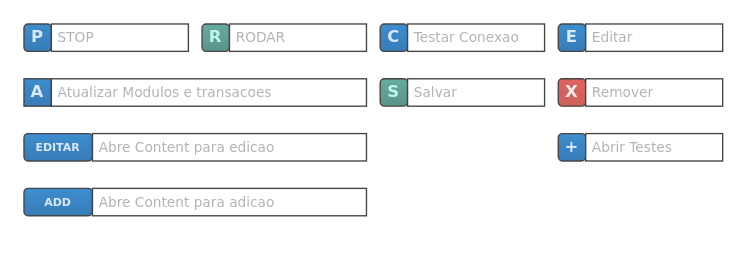
Before: page "COMMANDS" (5 of 8) of SimplesInterface21 (2).drawio in fagnercanto/FTCapp, a draw.io diagram. Source tidied: cells renumbered, new cells numbered last; positions are measured from the earlier drawing's top-left corner, leaving out a move shared by most shapes. Both pictures are drawn from the tidied source at 137%, with x=0, y=0 at pixel (23, 23).
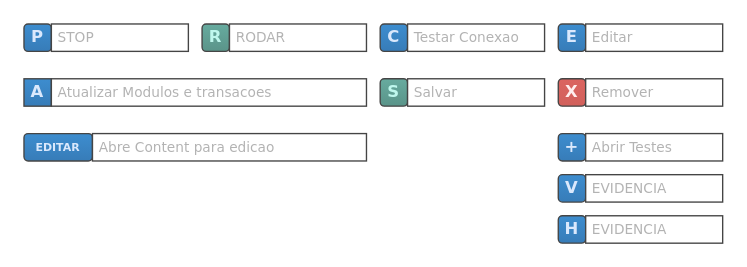
After the change.

Diff of the diagram source:
```diff
@@
-    <mxCell id="19" value="&lt;div style=&quot;text-align: center ; font-size: 8px&quot;&gt;ADD&lt;/div&gt;" style="rounded=1;whiteSpace=wrap;html=1;shadow=0;dashed=0;strokeColor=#454545;strokeWidth=1;fillColor=#3D8DCF;gradientColor=#377CB8;fontFamily=Verdana;fontSize=8;fontColor=#DAE8FC;align=center;flipH=1;flipV=1;fontStyle=1;spacingRight=0;glass=0;labelBackgroundColor=none;gradientDirection=north;" parent="1" vertex="1">
-      <mxGeometry y="120" width="50" height="20" as="geometry" />
-    </mxCell>
@@
-    <mxCell id="21" value="Abre Content para adicao" style="rounded=0;whiteSpace=wrap;html=1;shadow=0;strokeColor=#454545;strokeWidth=1;fillColor=#ffffff;fontFamily=Verdana;fontSize=10;align=left;flipH=1;flipV=1;fontStyle=0;glass=0;labelBackgroundColor=none;spacing=0;verticalAlign=middle;labelBorderColor=none;spacingBottom=0;spacingLeft=5;fontColor=#B3B3B3;" parent="1" vertex="1">
-      <mxGeometry x="50" y="120" width="200" height="20" as="geometry" />
-    </mxCell>
+    <mxCell id="22" value="&lt;div style=&quot;text-align: center&quot;&gt;V&lt;/div&gt;" style="rounded=1;whiteSpace=wrap;html=1;shadow=0;dashed=0;strokeColor=#454545;strokeWidth=1;fillColor=#3D8DCF;gradientColor=#377CB8;fontFamily=Verdana;fontSize=12;fontColor=#DAE8FC;align=center;flipH=1;flipV=1;fontStyle=1;spacingRight=0;glass=0;labelBackgroundColor=none;gradientDirection=north;" parent="1" vertex="1">
+      <mxGeometry x="390" y="110" width="20" height="20" as="geometry" />
+    </mxCell>
+    <mxCell id="23" value="EVIDENCIA" style="rounded=0;whiteSpace=wrap;html=1;shadow=0;strokeColor=#454545;strokeWidth=1;fillColor=#ffffff;fontFamily=Verdana;fontSize=10;align=left;flipH=1;flipV=1;fontStyle=0;glass=0;labelBackgroundColor=none;spacing=0;verticalAlign=middle;labelBorderColor=none;spacingBottom=0;spacingLeft=5;fontColor=#B3B3B3;" parent="1" vertex="1">
+      <mxGeometry x="410" y="110" width="100" height="20" as="geometry" />
+    </mxCell>
+    <mxCell id="24" value="&lt;div style=&quot;text-align: center&quot;&gt;H&lt;/div&gt;" style="rounded=1;whiteSpace=wrap;html=1;shadow=0;dashed=0;strokeColor=#454545;strokeWidth=1;fillColor=#3D8DCF;gradientColor=#377CB8;fontFamily=Verdana;fontSize=12;fontColor=#DAE8FC;align=center;flipH=1;flipV=1;fontStyle=1;spacingRight=0;glass=0;labelBackgroundColor=none;gradientDirection=north;arcSize=15;" parent="1" vertex="1">
+      <mxGeometry x="390" y="140" width="20" height="20" as="geometry" />
+    </mxCell>
+    <mxCell id="25" value="EVIDENCIA" style="rounded=0;whiteSpace=wrap;html=1;shadow=0;strokeColor=#454545;strokeWidth=1;fillColor=#ffffff;fontFamily=Verdana;fontSize=10;align=left;flipH=1;flipV=1;fontStyle=0;glass=0;labelBackgroundColor=none;spacing=0;verticalAlign=middle;labelBorderColor=none;spacingBottom=0;spacingLeft=5;fontColor=#B3B3B3;" parent="1" vertex="1">
+      <mxGeometry x="410" y="140" width="100" height="20" as="geometry" />
+    </mxCell>
```
